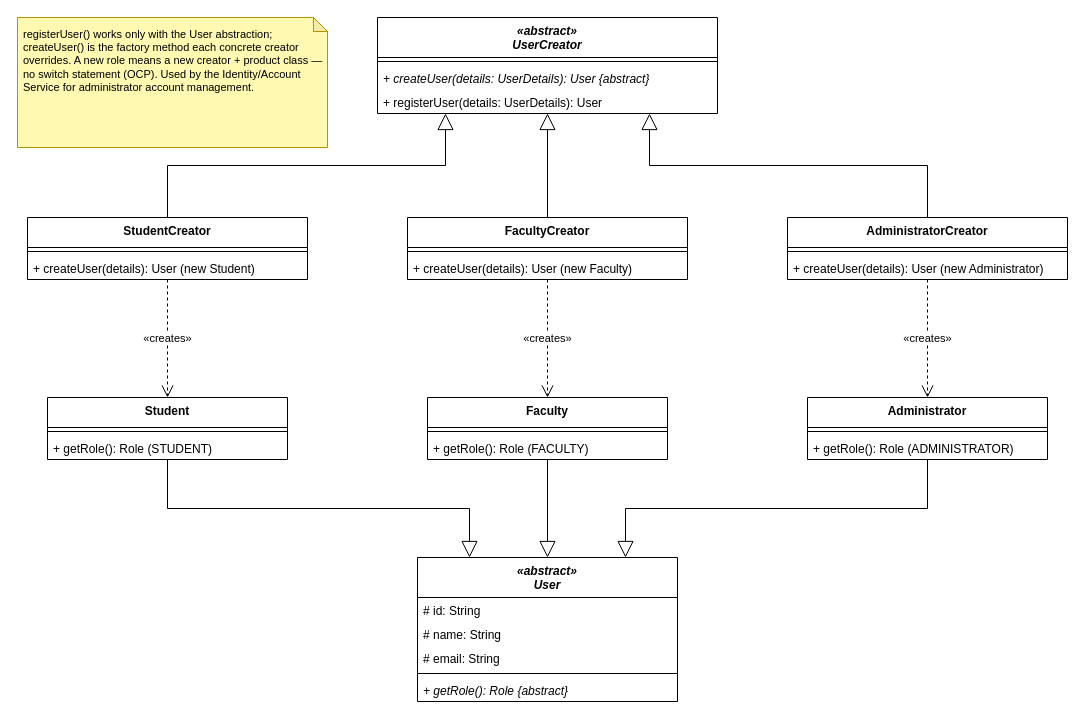
Before: Diagrams/Class_diagrams_design_patterns/05-factory-method.drawio in Tharusha-dev/soft_architect_redda, a draw.io diagram. Source tidied: cells renumbered, new cells numbered last; positions are measured from the earlier drawing's top-left corner, leaving out a move shared by most shapes. Both pictures are drawn from the tidied source at 100%, with x=0, y=0 at pixel (17, 17).
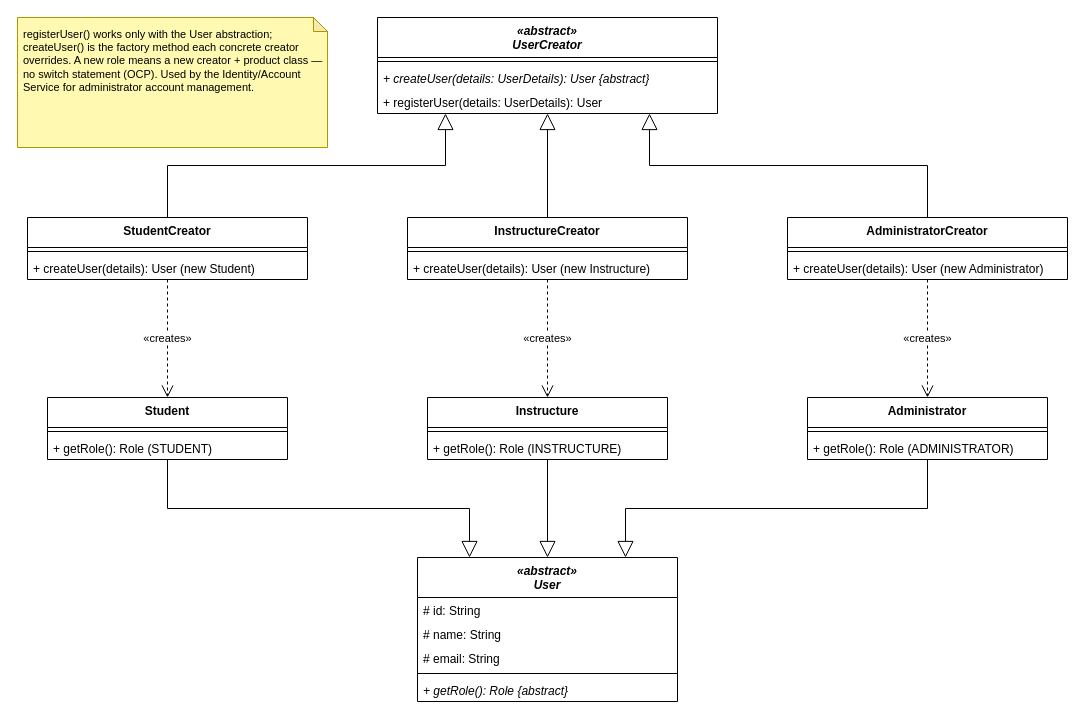
Above is the later version.

The edit, as a diff of the source:
```diff
@@
-    <mxCell id="9" value="FacultyCreator" style="swimlane;fontStyle=1;align=center;verticalAlign=top;horizontal=1;startSize=30;whiteSpace=wrap;html=1;" parent="1" vertex="1">
+    <mxCell id="9" value="InstructureCreator" style="swimlane;fontStyle=1;align=center;verticalAlign=top;horizontal=1;startSize=30;whiteSpace=wrap;html=1;" parent="1" vertex="1">
       <mxGeometry x="390" y="200" width="280" height="62" as="geometry" />
     </mxCell>
@@
-    <mxCell id="11" value="+ createUser(details): User  (new Faculty)" style="text;strokeColor=none;fillColor=none;align=left;verticalAlign=top;spacingLeft=4;spacingRight=4;overflow=hidden;whiteSpace=wrap;html=1;" parent="9" vertex="1">
+    <mxCell id="11" value="+ createUser(details): User  (new Instructure)" style="text;strokeColor=none;fillColor=none;align=left;verticalAlign=top;spacingLeft=4;spacingRight=4;overflow=hidden;whiteSpace=wrap;html=1;" parent="9" vertex="1">
       <mxGeometry y="38" width="280" height="24" as="geometry" />
     </mxCell>
@@
-    <mxCell id="18" value="Faculty" style="swimlane;fontStyle=1;align=center;verticalAlign=top;horizontal=1;startSize=30;whiteSpace=wrap;html=1;" parent="1" vertex="1">
+    <mxCell id="18" value="Instructure" style="swimlane;fontStyle=1;align=center;verticalAlign=top;horizontal=1;startSize=30;whiteSpace=wrap;html=1;" parent="1" vertex="1">
       <mxGeometry x="410" y="380" width="240" height="62" as="geometry" />
     </mxCell>
@@
-    <mxCell id="20" value="+ getRole(): Role  (FACULTY)" style="text;strokeColor=none;fillColor=none;align=left;verticalAlign=top;spacingLeft=4;spacingRight=4;overflow=hidden;whiteSpace=wrap;html=1;" parent="18" vertex="1">
+    <mxCell id="20" value="+ getRole(): Role  (INSTRUCTURE)" style="text;strokeColor=none;fillColor=none;align=left;verticalAlign=top;spacingLeft=4;spacingRight=4;overflow=hidden;whiteSpace=wrap;html=1;" parent="18" vertex="1">
       <mxGeometry y="38" width="240" height="24" as="geometry" />
     </mxCell>
```
